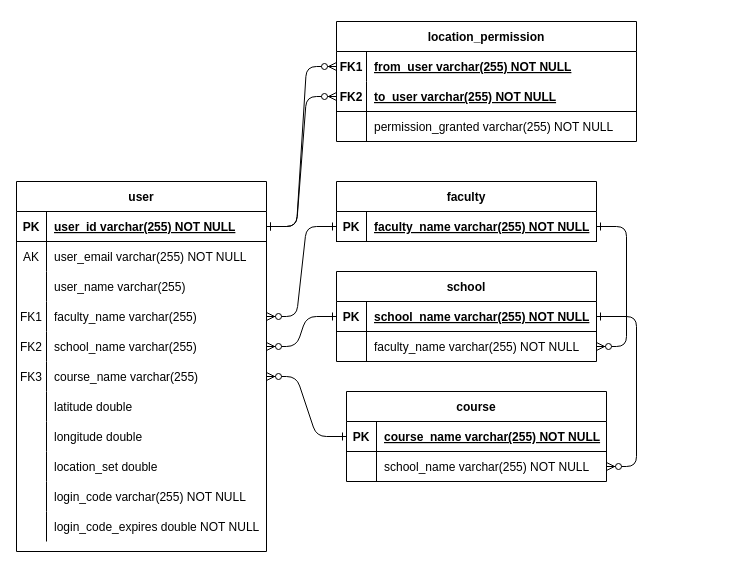
This is page "Page-1" (1 of 2) of Graduation-Gathering/aws/ERD.drawio from AdamMurray22/Graduation-Gathering, a draw.io file, before an edit. Source tidied: cells renumbered, new cells numbered last; positions are measured from the earlier drawing's top-left corner, leaving out a move shared by most shapes. Both pictures are drawn from the tidied source at 100%, with x=0, y=0 at pixel (16, 21).
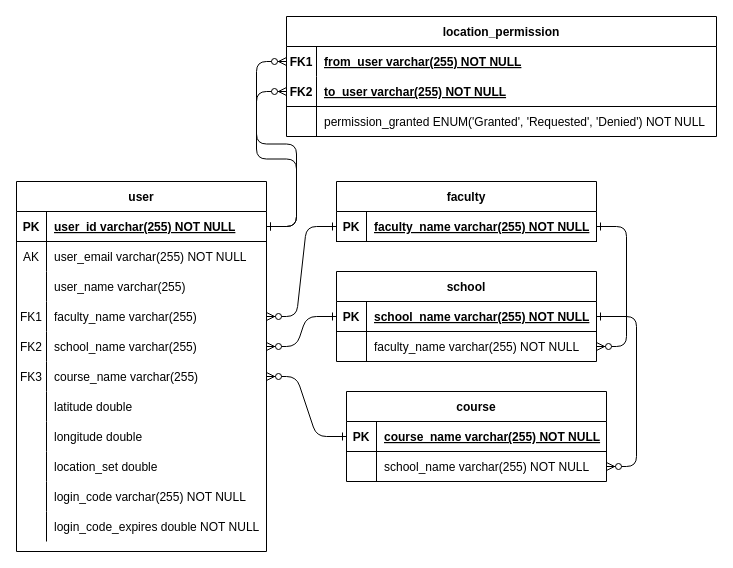
After the change.

Commit message (it also covers changes not shown here):
Updated location permission in database to use an enum

Diff of the diagram source:
```diff
@@
     <mxCell id="64" style="group;" parent="1" vertex="1">
-      <mxGeometry x="320" width="300" height="120" as="geometry" />
+      <mxGeometry x="290" y="-5" width="410" height="120" as="geometry" />
     </mxCell>
     <mxCell id="65" value="location_permission" style="shape=table;startSize=30;childLayout=tableLayout;rowLines=0;fontStyle=1;align=center;" parent="64" vertex="1">
-      <mxGeometry width="300" height="120" as="geometry" />
+      <mxGeometry x="-20" width="430" height="120" as="geometry" />
     </mxCell>
     <mxCell id="66" style="shape=partialRectangle;fillColor=none;points=[[0,0.5],[1,0.5]];portConstraint=eastwest;top=0;left=0;right=0;bottom=0;" parent="65" vertex="1">
-      <mxGeometry y="30" width="300" height="30" as="geometry" />
+      <mxGeometry y="30" width="430" height="30" as="geometry" />
     </mxCell>
@@
     <mxCell id="68" value="from_user varchar(255) NOT NULL " style="shape=partialRectangle;overflow=hidden;fillColor=none;top=0;left=0;bottom=0;right=0;align=left;spacingLeft=6;strokeColor=default;verticalAlign=middle;fontFamily=Helvetica;fontSize=12;fontColor=default;fontStyle=5;" parent="66" vertex="1">
-      <mxGeometry x="30" width="270" height="30" as="geometry" />
+      <mxGeometry x="30" width="400" height="30" as="geometry" />
     </mxCell>
     <mxCell id="69" style="shape=partialRectangle;fillColor=none;points=[[0,0.5],[1,0.5]];portConstraint=eastwest;top=0;left=0;right=0;bottom=1;" parent="65" vertex="1">
-      <mxGeometry y="60" width="300" height="30" as="geometry" />
+      <mxGeometry y="60" width="430" height="30" as="geometry" />
     </mxCell>
@@
     <mxCell id="71" value="to_user varchar(255) NOT NULL " style="shape=partialRectangle;overflow=hidden;fillColor=none;top=0;left=0;bottom=0;right=0;align=left;spacingLeft=6;fontStyle=5;" parent="69" vertex="1">
-      <mxGeometry x="30" width="270" height="30" as="geometry" />
+      <mxGeometry x="30" width="400" height="30" as="geometry" />
     </mxCell>
     <mxCell id="72" style="shape=partialRectangle;fillColor=none;top=0;left=0;right=0;bottom=0;" parent="65" vertex="1">
-      <mxGeometry y="90" width="300" height="30" as="geometry" />
+      <mxGeometry y="90" width="430" height="30" as="geometry" />
     </mxCell>
@@
-    <mxCell id="74" value="permission_granted varchar(255) NOT NULL" style="shape=partialRectangle;overflow=hidden;fillColor=none;top=0;left=0;bottom=0;right=0;align=left;spacingLeft=6;" parent="72" vertex="1">
-      <mxGeometry x="30" width="270" height="30" as="geometry" />
+    <mxCell id="74" value="permission_granted ENUM('Granted', 'Requested', 'Denied') NOT NULL" style="shape=partialRectangle;overflow=hidden;fillColor=none;top=0;left=0;bottom=0;right=0;align=left;spacingLeft=6;" parent="72" vertex="1">
+      <mxGeometry x="30" width="400" height="30" as="geometry" />
     </mxCell>
     <mxCell id="75" value="FK1" style="shape=partialRectangle;overflow=hidden;fillColor=none;top=0;left=0;bottom=0;right=0;fontStyle=1;" parent="64" vertex="1">
-      <mxGeometry y="30" width="30" height="30" as="geometry" />
+      <mxGeometry x="-20" y="30" width="30" height="30" as="geometry" />
     </mxCell>
```
